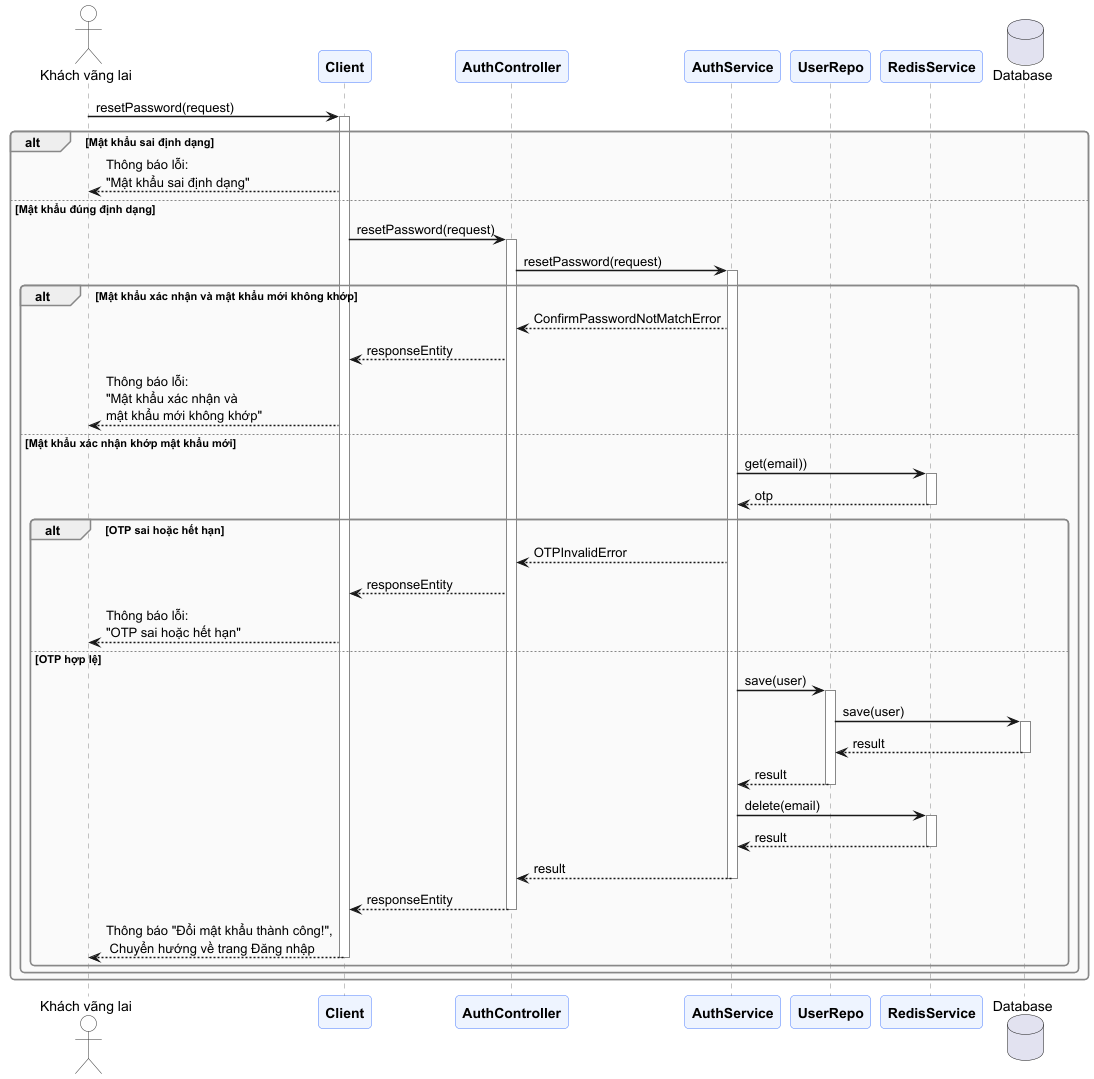
Above: docs/diagrams/sequence-diagram/Reset_Password_Sequence_resetPassword.png in trantrieuduong/Elingo-Language-Learning-System (PlantUML), before the change.
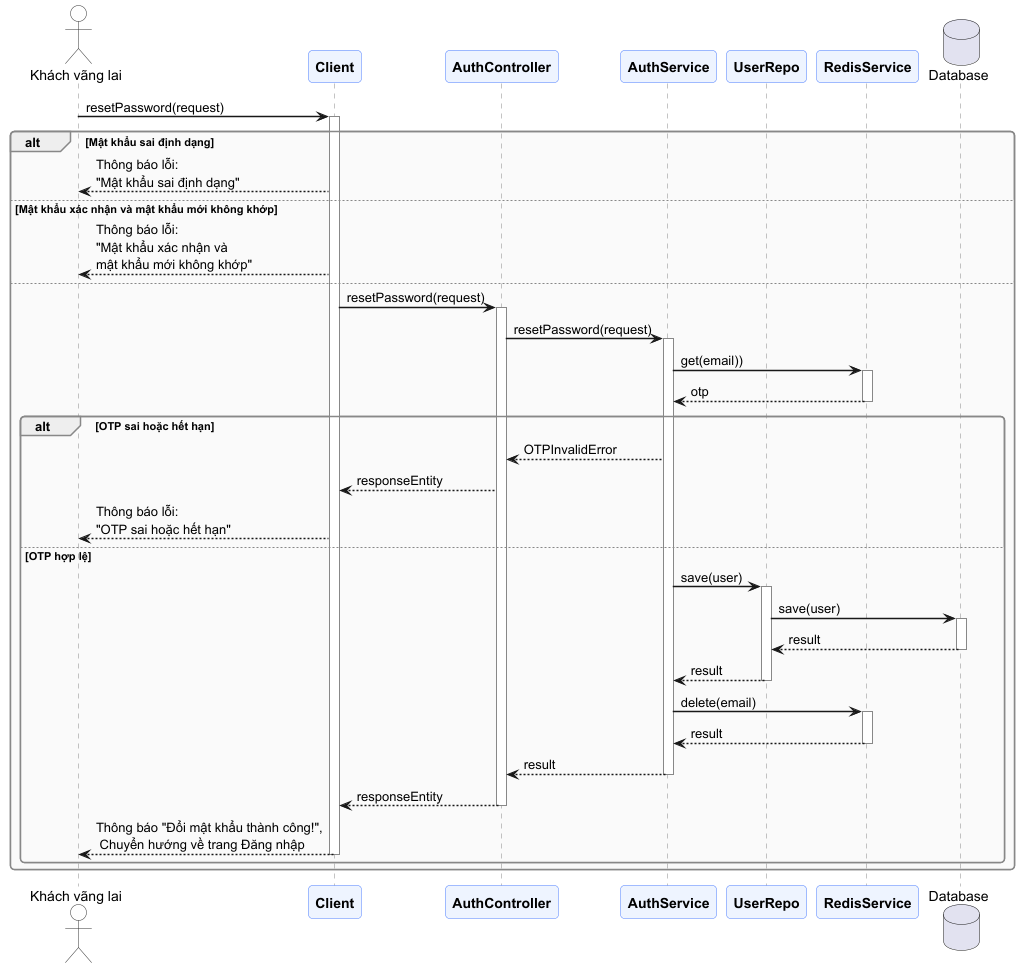
Above is the later version.

Diff of the diagram source:
```diff
@@ -31,54 +31,50 @@
 activate client
 alt Mật khẩu sai định dạng
     client --> User : Thông báo lỗi:\n"Mật khẩu sai định dạng"
-else Mật khẩu đúng định dạng
+else Mật khẩu xác nhận và mật khẩu mới không khớp
+    client --> User : Thông báo lỗi:\n"Mật khẩu xác nhận và\nmật khẩu mới không khớp"
+else
     client -> controller  : resetPassword(request)
     activate controller
 
     controller -> service : resetPassword(request)
     activate service
 
-    alt Mật khẩu xác nhận và mật khẩu mới không khớp
-        service --> controller: ConfirmPasswordNotMatchError
+    service -> redis : get(email))
+    activate redis
+    redis --> service : otp
+    deactivate redis
+
+    alt OTP sai hoặc hết hạn
+        service --> controller: OTPInvalidError
         controller --> client: responseEntity
-        client --> User : Thông báo lỗi:\n"Mật khẩu xác nhận và\nmật khẩu mới không khớp"
-    else Mật khẩu xác nhận khớp mật khẩu mới
-        service -> redis : get(email))
+        client --> User : Thông báo lỗi:\n"OTP sai hoặc hết hạn"
+    else OTP hợp lệ
+        service  -> repo : save(user)
+        activate repo
+
+        repo -> DB: save(user)
+        activate DB
+
+        DB --> repo : result
+        deactivate DB
+
+        repo --> service: result
+        deactivate repo
+
+        service  -> redis : delete(email)
         activate redis
-        redis --> service : otp
+        redis --> service : result
         deactivate redis
 
-        alt OTP sai hoặc hết hạn
-            service --> controller: OTPInvalidError
-            controller --> client: responseEntity
-            client --> User : Thông báo lỗi:\n"OTP sai hoặc hết hạn"
-        else OTP hợp lệ
-            service  -> repo : save(user)
-            activate repo
+        service --> controller : result
+        deactivate service
 
-            repo -> DB: save(user)
-            activate DB
+        controller --> client: responseEntity
+        deactivate controller
 
-            DB --> repo : result
-            deactivate DB
-
-            repo --> service: result
-            deactivate repo
-
-            service  -> redis : delete(email)
-            activate redis
-            redis --> service : result
-            deactivate redis
-
-            service --> controller : result
-            deactivate service
-
-            controller --> client: responseEntity
-            deactivate controller
-
-            client --> User : Thông báo "Đổi mật khẩu thành công!",\n Chuyển hướng về trang Đăng nhập
-            deactivate client
-        end
+        client --> User : Thông báo "Đổi mật khẩu thành công!",\n Chuyển hướng về trang Đăng nhập
+        deactivate client
     end
 end
 @enduml
```
